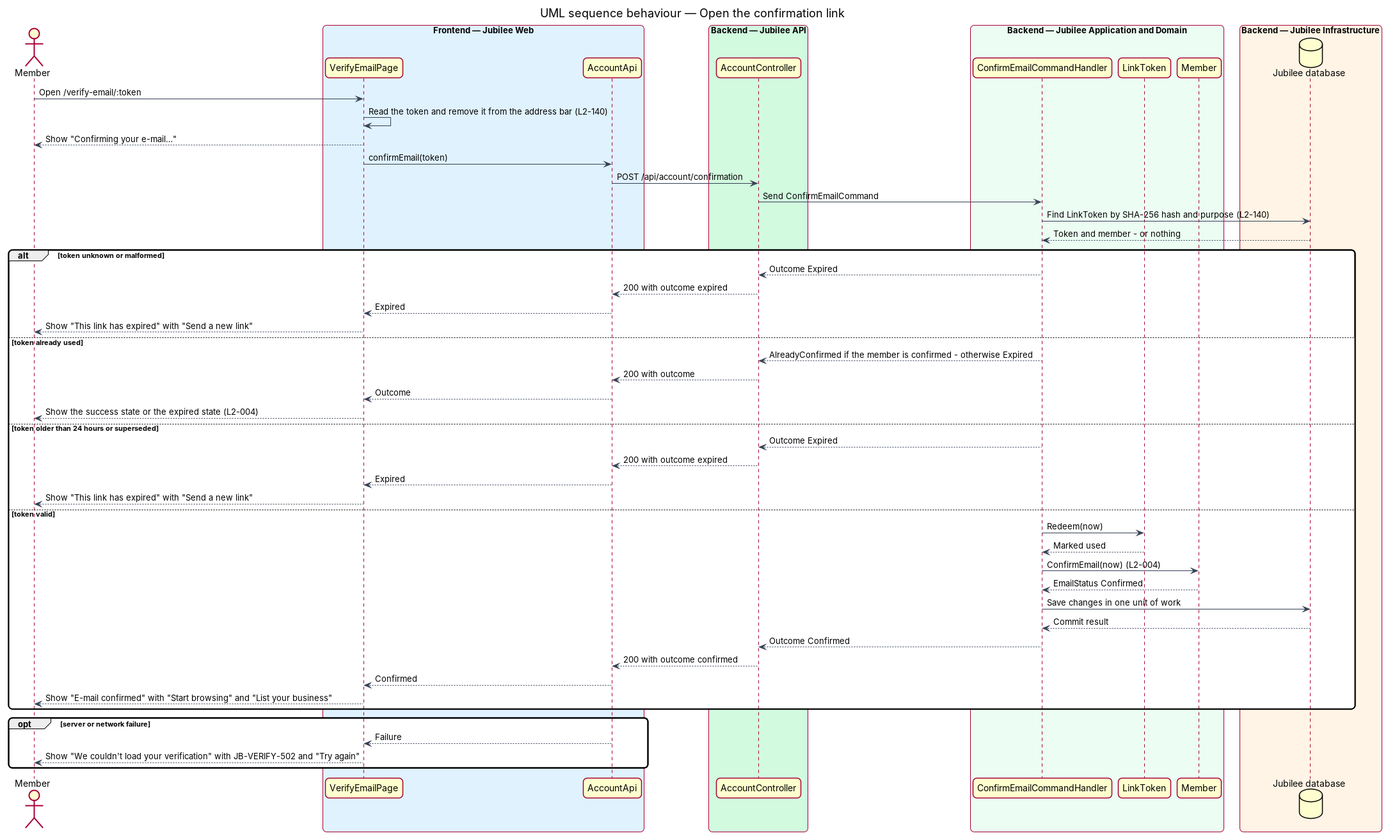
QuinntyneBrown/jubilee keeps this PlantUML diagram as docs/detailed-designs/accounts/confirm-email/diagrams/sequence-confirm-link.png. Above is the earlier version. Its source is kept beside it as docs/detailed-designs/accounts/confirm-email/diagrams/sequence-confirm-link.puml.
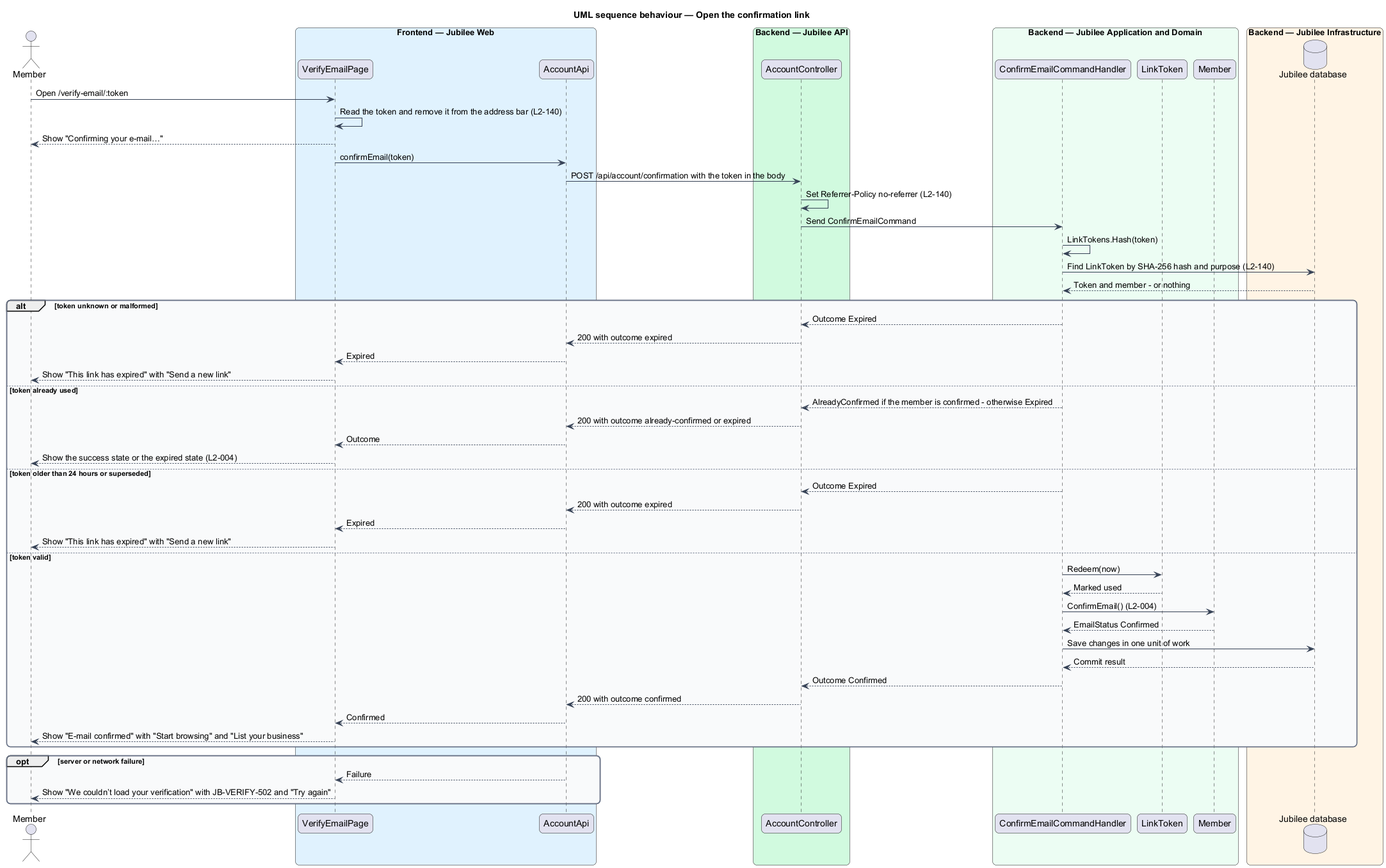
The same diagram one commit later.

The edit, as a diff of the source:
```diff
@@ -35,8 +35,10 @@
 page -> page : Read the token and remove it from the address bar (L2-140)
 page --> actor : Show "Confirming your e-mail…"
 page -> client : confirmEmail(token)
-client -> controller : POST /api/account/confirmation
+client -> controller : POST /api/account/confirmation with the token in the body
+controller -> controller : Set Referrer-Policy no-referrer (L2-140)
 controller -> handler : Send ConfirmEmailCommand
+handler -> handler : LinkTokens.Hash(token)
 handler -> db : Find LinkToken by SHA-256 hash and purpose (L2-140)
 db --> handler : Token and member - or nothing
 alt token unknown or malformed
@@ -46,7 +48,7 @@
   page --> actor : Show "This link has expired" with "Send a new link"
 else token already used
   handler --> controller : AlreadyConfirmed if the member is confirmed - otherwise Expired
-  controller --> client : 200 with outcome
+  controller --> client : 200 with outcome already-confirmed or expired
   client --> page : Outcome
   page --> actor : Show the success state or the expired state (L2-004)
 else token older than 24 hours or superseded
@@ -57,7 +59,7 @@
 else token valid
   handler -> token : Redeem(now)
   token --> handler : Marked used
-  handler -> entity : ConfirmEmail(now) (L2-004)
+  handler -> entity : ConfirmEmail() (L2-004)
   entity --> handler : EmailStatus Confirmed
   handler -> db : Save changes in one unit of work
   db --> handler : Commit result
@@ -68,6 +70,6 @@
 end
 opt server or network failure
   client --> page : Failure
-  page --> actor : Show "We couldn't load your verification" with JB-VERIFY-502 and "Try again"
+  page --> actor : Show "We couldn’t load your verification" with JB-VERIFY-502 and "Try again"
 end
 @enduml
```
